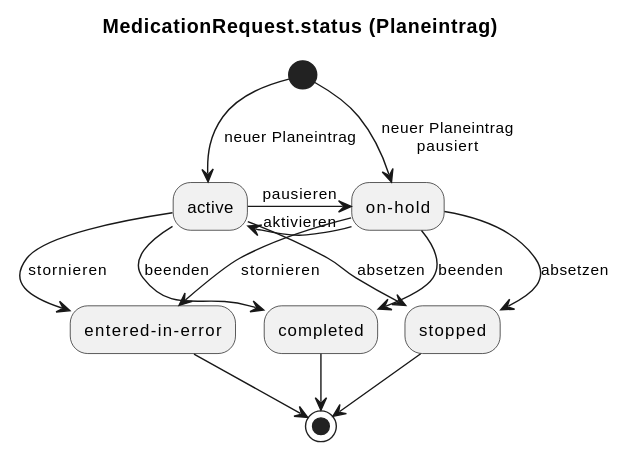
Above: input/images/plantuml/workflow_mr_status_planeintrag.svg in HL7Austria/ELGA-e-Medikation-R4 (PlantUML), before the change.
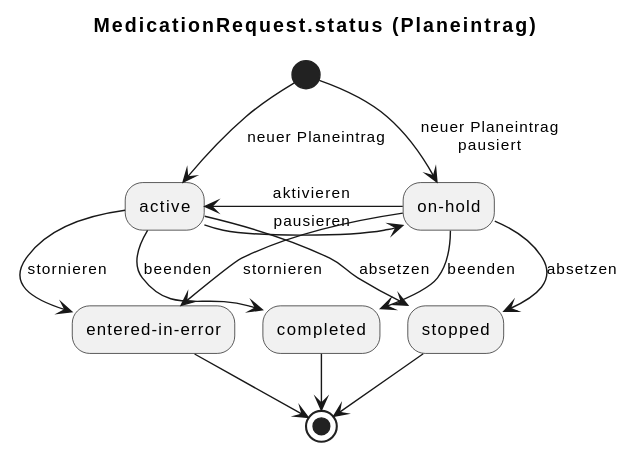
The same file after the commit.

Diff of the diagram source:
```diff
@@ -3,13 +3,13 @@
 
 (*) -d-> [neuer Planeintrag] active
 (*) -d-> [neuer Planeintrag\npausiert] "on-hold"
-"on-hold" -l-> [aktivieren] active
+"on-hold" -l-> [           aktivieren        ] active
 "on-hold" -d-> [stornieren] "entered-in-error"
 "on-hold" -d-> [absetzen] stopped
 "on-hold" -d-> [beenden] completed
 active -d-> [absetzen] stopped
 active -d-> [beenden] completed
-active -r-> [pausieren] "on-hold"
+active -r-> [          pausieren       ] "on-hold"
 active -d-> [stornieren] "entered-in-error"
 stopped -d-> (*)
 "entered-in-error" -d-> (*)
```
